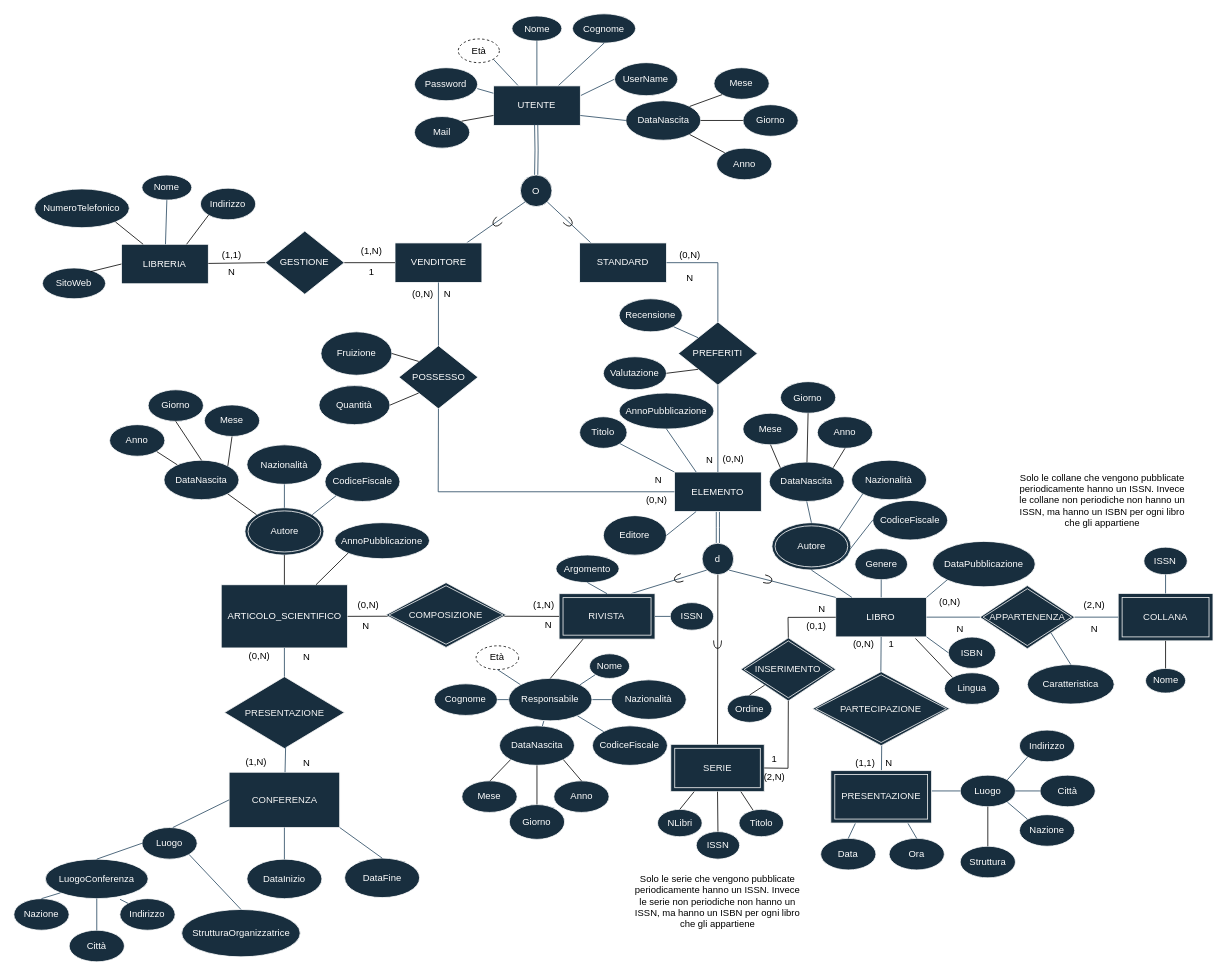
This is DiagrammaER v1.3.1.drawio from Giovk/Sistema-di-una-Bibleoteca-Digitale, a draw.io file, before an edit. Source tidied: cells renumbered, new cells numbered last; positions are measured from the earlier drawing's top-left corner, leaving out a move shared by most shapes. Both pictures are drawn from the tidied source at 79%, with x=0, y=0 at pixel (13, 13).
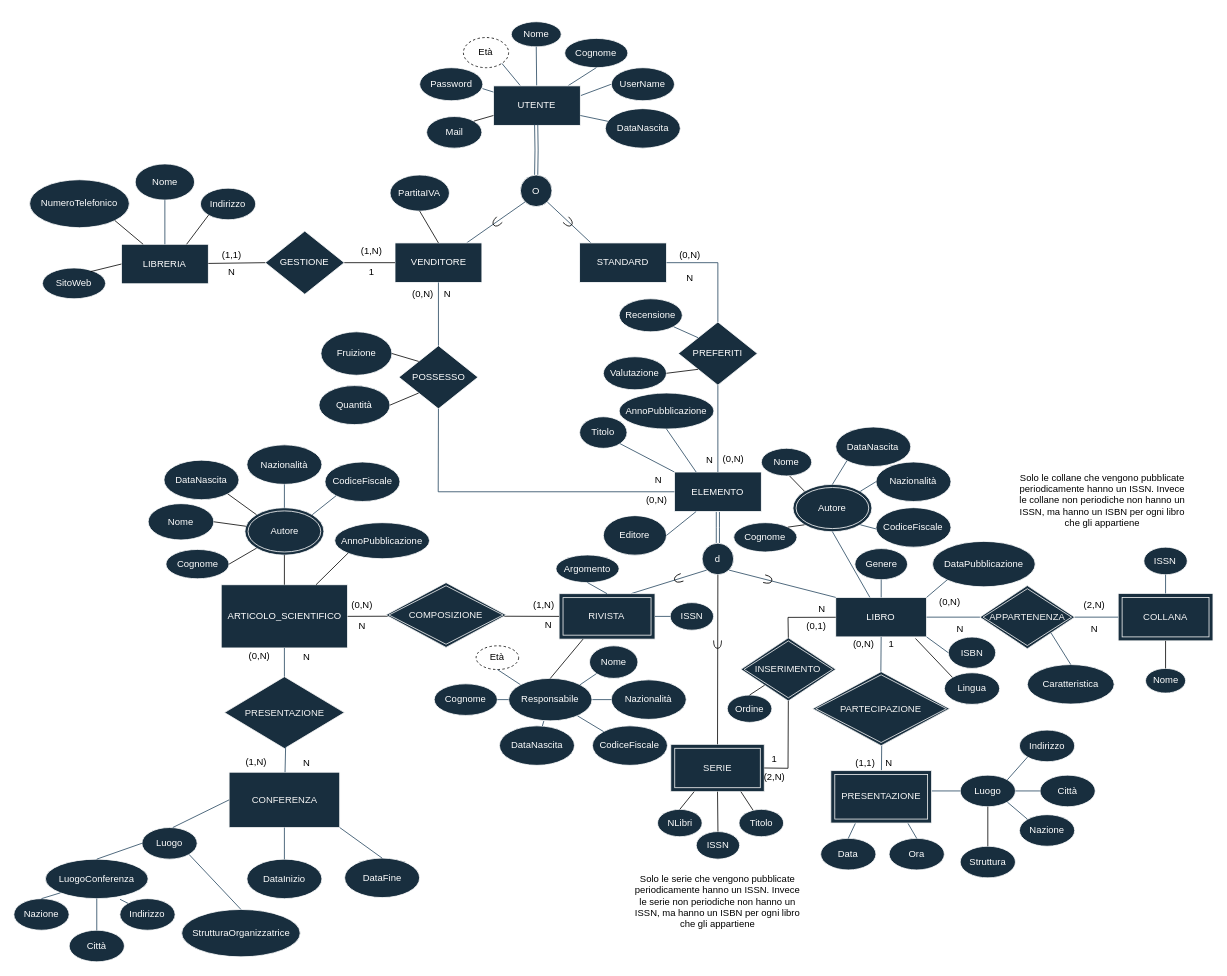
The same diagram, later.

Unchanged cells that the change refers to:
```xml
<mxCell id="65" value="DataNascita" style="ellipse;whiteSpace=wrap;html=1;fillColor=#182E3E;strokeColor=#FFFFFF;fontColor=#FFFFFF;" parent="1" vertex="1">
  <mxGeometry x="614.7" y="901.3" width="95" height="50" as="geometry" />
</mxCell>
<mxCell id="94" value="UTENTE" style="rounded=0;whiteSpace=wrap;html=1;fillColor=#182E3E;strokeColor=#FFFFFF;fontColor=#FFFFFF;" parent="1" vertex="1">
  <mxGeometry x="607.1" y="91.2" width="110" height="50" as="geometry" />
</mxCell>
<mxCell id="113" value="VENDITORE" style="rounded=0;whiteSpace=wrap;html=1;fillColor=#182E3E;strokeColor=#FFFFFF;fontColor=#FFFFFF;" parent="1" vertex="1">
  <mxGeometry x="482.5" y="290" width="110" height="50" as="geometry" />
</mxCell>
<mxCell id="176" value="Autore" style="ellipse;shape=doubleEllipse;whiteSpace=wrap;html=1;fillColor=#182E3E;strokeColor=#FFFFFF;fontColor=#FFFFFF;" parent="1" vertex="1">
  <mxGeometry x="292.5" y="625.2" width="100" height="60" as="geometry" />
</mxCell>
<mxCell id="177" value="DataNascita" style="ellipse;whiteSpace=wrap;html=1;fillColor=#182E3E;strokeColor=#FFFFFF;fontColor=#FFFFFF;" parent="1" vertex="1">
  <mxGeometry x="190" y="565" width="95" height="50" as="geometry" />
</mxCell>
```

Diff of the diagram source:
```diff
@@
     <mxCell id="10" value="Autore" style="ellipse;shape=doubleEllipse;whiteSpace=wrap;html=1;fillColor=#182E3E;strokeColor=#FFFFFF;fontColor=#FFFFFF;" parent="1" vertex="1">
-      <mxGeometry x="959.6" y="644.1" width="100" height="60" as="geometry" />
+      <mxGeometry x="986.2" y="595.6" width="100" height="60" as="geometry" />
     </mxCell>
@@
     <mxCell id="12" value="Nome" style="ellipse;whiteSpace=wrap;html=1;fillColor=#182E3E;strokeColor=#FFFFFF;fontColor=#FFFFFF;" parent="1" vertex="1">
-      <mxGeometry x="630.5" y="2.7" width="63.2" height="31.8" as="geometry" />
+      <mxGeometry x="629.7" y="10" width="63.2" height="31.8" as="geometry" />
     </mxCell>
@@
     <mxCell id="14" value="Cognome" style="ellipse;whiteSpace=wrap;html=1;fillColor=#182E3E;strokeColor=#FFFFFF;fontColor=#FFFFFF;" parent="1" vertex="1">
-      <mxGeometry x="707.1" width="80" height="37.1" as="geometry" />
+      <mxGeometry x="697.3" y="31.1" width="80" height="37.1" as="geometry" />
     </mxCell>
@@
     <mxCell id="41" value="DataNascita" style="ellipse;whiteSpace=wrap;html=1;fillColor=#182E3E;strokeColor=#FFFFFF;fontColor=#FFFFFF;" parent="1" vertex="1">
-      <mxGeometry x="956.2" y="567.3" width="95" height="50" as="geometry" />
+      <mxGeometry x="1040.4" y="523" width="95" height="50" as="geometry" />
     </mxCell>
@@
     <mxCell id="43" value="CodiceFiscale" style="ellipse;whiteSpace=wrap;html=1;fillColor=#182E3E;strokeColor=#FFFFFF;fontColor=#FFFFFF;" parent="1" vertex="1">
-      <mxGeometry x="1087.1" y="616" width="95" height="50" as="geometry" />
+      <mxGeometry x="1091.3" y="625.1" width="95" height="50" as="geometry" />
     </mxCell>
-    <mxCell id="44" style="endArrow=none;html=1;rounded=0;entryX=0;entryY=0.5;entryDx=0;entryDy=0;exitX=1;exitY=1;exitDx=0;exitDy=0;labelBackgroundColor=#FCE7CD;strokeColor=#23445D;" parent="1" edge="1" source="10" target="43">
+    <mxCell id="44" style="endArrow=none;html=1;rounded=0;labelBackgroundColor=#FCE7CD;strokeColor=#23445D;entryX=0.01;entryY=0.543;entryDx=0;entryDy=0;entryPerimeter=0;exitX=1;exitY=1;exitDx=0;exitDy=0;" parent="1" edge="1" source="10" target="43">
       <mxGeometry relative="1" as="geometry" />
     </mxCell>
@@
     <mxCell id="46" value="Nazionalità" style="ellipse;whiteSpace=wrap;html=1;strokeColor=#FFFFFF;fontColor=#FFFFFF;fillColor=#182E3E;" parent="1" vertex="1">
-      <mxGeometry x="1060.4" y="565" width="95" height="50" as="geometry" />
+      <mxGeometry x="1091.3" y="567.3" width="95" height="50" as="geometry" />
     </mxCell>
-    <mxCell id="47" style="endArrow=none;html=1;rounded=0;strokeColor=#23445D;entryX=0;entryY=1;entryDx=0;entryDy=0;exitX=1;exitY=0;exitDx=0;exitDy=0;" parent="1" edge="1" source="10" target="46">
+    <mxCell id="47" style="endArrow=none;html=1;rounded=0;strokeColor=#23445D;entryX=0;entryY=0.5;entryDx=0;entryDy=0;exitX=1;exitY=0;exitDx=0;exitDy=0;" parent="1" edge="1" source="10" target="46">
       <mxGeometry relative="1" as="geometry" />
     </mxCell>
     <mxCell id="48" value="&lt;font color=&quot;#000000&quot;&gt;Età&lt;/font&gt;" style="ellipse;whiteSpace=wrap;html=1;align=center;dashed=1;strokeColor=#000000;fontColor=#FFFFFF;fillColor=none;" parent="1" vertex="1">
-      <mxGeometry x="562.6" y="31.8" width="52" height="30" as="geometry" />
+      <mxGeometry x="569.1" y="30" width="57.2" height="38.2" as="geometry" />
     </mxCell>
@@
     <mxCell id="63" value="Nome" style="ellipse;whiteSpace=wrap;html=1;fillColor=#182E3E;strokeColor=#FFFFFF;fontColor=#FFFFFF;" parent="1" vertex="1">
-      <mxGeometry x="728.7" y="810.1" width="50.8" height="31.2" as="geometry" />
+      <mxGeometry x="728.7" y="800" width="61.3" height="41.2" as="geometry" />
     </mxCell>
@@
     <mxCell id="95" value="UserName" style="ellipse;whiteSpace=wrap;html=1;fillColor=#182E3E;strokeColor=#FFFFFF;fontColor=#FFFFFF;" parent="1" vertex="1">
-      <mxGeometry x="760.4" y="61.8" width="80" height="41.8" as="geometry" />
+      <mxGeometry x="756.3" y="68.2" width="80" height="41.8" as="geometry" />
     </mxCell>
     <mxCell id="96" value="Password" style="ellipse;whiteSpace=wrap;html=1;fillColor=#182E3E;strokeColor=#FFFFFF;fontColor=#FFFFFF;" parent="1" vertex="1">
-      <mxGeometry x="507.1" y="68.2" width="80" height="41.8" as="geometry" />
+      <mxGeometry x="513.7" y="68.2" width="80" height="41.8" as="geometry" />
     </mxCell>
-    <mxCell id="97" style="endArrow=none;html=1;rounded=0;strokeColor=#23445D;fontColor=#000000;entryX=0.5;entryY=1;entryDx=0;entryDy=0;exitX=0.5;exitY=0;exitDx=0;exitDy=0;" parent="1" edge="1" source="10" target="41">
+    <mxCell id="97" style="endArrow=none;html=1;rounded=0;strokeColor=#23445D;fontColor=#000000;entryX=0;entryY=1;entryDx=0;entryDy=0;exitX=0.5;exitY=0;exitDx=0;exitDy=0;" parent="1" edge="1" source="10" target="41">
       <mxGeometry relative="1" as="geometry" />
     </mxCell>
@@
     <mxCell id="99" value="DataNascita" style="ellipse;whiteSpace=wrap;html=1;fillColor=#182E3E;strokeColor=#FFFFFF;fontColor=#FFFFFF;" parent="1" vertex="1">
-      <mxGeometry x="774.6" y="110" width="95" height="50" as="geometry" />
+      <mxGeometry x="748.7" y="120" width="95" height="50" as="geometry" />
     </mxCell>
-    <mxCell id="100" style="endArrow=none;html=1;rounded=0;strokeColor=#23445D;fontColor=#000000;entryX=0;entryY=0.5;entryDx=0;entryDy=0;exitX=1;exitY=0.75;exitDx=0;exitDy=0;" parent="1" edge="1" source="94" target="99">
+    <mxCell id="100" style="endArrow=none;html=1;rounded=0;strokeColor=#23445D;fontColor=#000000;exitX=1;exitY=0.75;exitDx=0;exitDy=0;" parent="1" edge="1" source="94" target="99">
       <mxGeometry relative="1" as="geometry" />
     </mxCell>
@@
     <mxCell id="135" value="Nome" style="ellipse;whiteSpace=wrap;html=1;fillColor=#182E3E;strokeColor=#FFFFFF;fontColor=#FFFFFF;" parent="1" vertex="1">
-      <mxGeometry x="162.1" y="204" width="63.2" height="31.8" as="geometry" />
+      <mxGeometry x="153.6" y="190" width="75.2" height="45.8" as="geometry" />
     </mxCell>
@@
     <mxCell id="139" value="NumeroTelefonico" style="ellipse;whiteSpace=wrap;html=1;fillColor=#182E3E;strokeColor=#FFFFFF;fontColor=#FFFFFF;" parent="1" vertex="1">
-      <mxGeometry x="26.2" y="221.7" width="120" height="49" as="geometry" />
+      <mxGeometry x="20" y="210" width="126.2" height="60.7" as="geometry" />
     </mxCell>
@@
     <mxCell id="141" value="Mail" style="ellipse;whiteSpace=wrap;html=1;fillColor=#182E3E;strokeColor=#FFFFFF;fontColor=#FFFFFF;" parent="1" vertex="1">
-      <mxGeometry x="507.1" y="130" width="70" height="40" as="geometry" />
+      <mxGeometry x="522.5" y="130" width="70" height="40" as="geometry" />
     </mxCell>
@@
-    <mxCell id="156" value="Mese" style="ellipse;whiteSpace=wrap;html=1;fillColor=#182E3E;strokeColor=#FFFFFF;fontColor=#FFFFFF;" parent="1" vertex="1">
-      <mxGeometry x="886.2" y="68.2" width="70" height="40" as="geometry" />
-    </mxCell>
-    <mxCell id="157" value="Giorno" style="ellipse;whiteSpace=wrap;html=1;fillColor=#182E3E;strokeColor=#FFFFFF;fontColor=#FFFFFF;" parent="1" vertex="1">
-      <mxGeometry x="922.9" y="115" width="70" height="40" as="geometry" />
-    </mxCell>
-    <mxCell id="158" value="Anno" style="ellipse;whiteSpace=wrap;html=1;fillColor=#182E3E;strokeColor=#FFFFFF;fontColor=#FFFFFF;" parent="1" vertex="1">
-      <mxGeometry x="889.6" y="170" width="70" height="40" as="geometry" />
-    </mxCell>
-    <mxCell id="159" style="endArrow=none;html=1;rounded=0;entryX=0;entryY=1;entryDx=0;entryDy=0;exitX=1;exitY=0;exitDx=0;exitDy=0;" parent="1" edge="1" source="99" target="156">
-      <mxGeometry relative="1" as="geometry" />
-    </mxCell>
-    <mxCell id="160" style="endArrow=none;html=1;rounded=0;entryX=0;entryY=0.5;entryDx=0;entryDy=0;" parent="1" edge="1" source="99" target="157">
-      <mxGeometry relative="1" as="geometry" />
-    </mxCell>
-    <mxCell id="161" style="endArrow=none;html=1;rounded=0;entryX=0;entryY=0;entryDx=0;entryDy=0;exitX=1;exitY=1;exitDx=0;exitDy=0;" parent="1" edge="1" source="99" target="158">
-      <mxGeometry relative="1" as="geometry" />
-    </mxCell>
-    <mxCell id="162" value="Mese" style="ellipse;whiteSpace=wrap;html=1;fillColor=#182E3E;strokeColor=#FFFFFF;fontColor=#FFFFFF;" parent="1" vertex="1">
-      <mxGeometry x="922.9" y="505.6" width="70" height="40" as="geometry" />
-    </mxCell>
-    <mxCell id="163" value="Giorno" style="ellipse;whiteSpace=wrap;html=1;fillColor=#182E3E;strokeColor=#FFFFFF;fontColor=#FFFFFF;" parent="1" vertex="1">
-      <mxGeometry x="970.4" y="465.6" width="70" height="40" as="geometry" />
-    </mxCell>
-    <mxCell id="164" value="Anno" style="ellipse;whiteSpace=wrap;html=1;fillColor=#182E3E;strokeColor=#FFFFFF;fontColor=#FFFFFF;" parent="1" vertex="1">
-      <mxGeometry x="1017.1" y="510" width="70" height="40" as="geometry" />
-    </mxCell>
-    <mxCell id="165" style="endArrow=none;html=1;rounded=0;entryX=0.5;entryY=1;entryDx=0;entryDy=0;exitX=0;exitY=0;exitDx=0;exitDy=0;" parent="1" edge="1" source="41" target="162">
-      <mxGeometry relative="1" as="geometry" />
-    </mxCell>
-    <mxCell id="166" style="endArrow=none;html=1;rounded=0;entryX=0.5;entryY=1;entryDx=0;entryDy=0;" parent="1" edge="1" source="41" target="163">
-      <mxGeometry relative="1" as="geometry" />
-    </mxCell>
-    <mxCell id="167" style="endArrow=none;html=1;rounded=0;entryX=0.5;entryY=1;entryDx=0;entryDy=0;exitX=1;exitY=0;exitDx=0;exitDy=0;" parent="1" edge="1" source="41" target="164">
-      <mxGeometry relative="1" as="geometry" />
-    </mxCell>
-    <mxCell id="168" value="Mese" style="ellipse;whiteSpace=wrap;html=1;fillColor=#182E3E;strokeColor=#FFFFFF;fontColor=#FFFFFF;" parent="1" vertex="1">
-      <mxGeometry x="567.1" y="970.9" width="70" height="40" as="geometry" />
-    </mxCell>
-    <mxCell id="169" value="Giorno" style="ellipse;whiteSpace=wrap;html=1;fillColor=#182E3E;strokeColor=#FFFFFF;fontColor=#FFFFFF;" parent="1" vertex="1">
-      <mxGeometry x="627.2" y="1000.9" width="70" height="44.1" as="geometry" />
-    </mxCell>
-    <mxCell id="170" value="Anno" style="ellipse;whiteSpace=wrap;html=1;fillColor=#182E3E;strokeColor=#FFFFFF;fontColor=#FFFFFF;" parent="1" vertex="1">
-      <mxGeometry x="683.5" y="970.9" width="70" height="40" as="geometry" />
-    </mxCell>
-    <mxCell id="171" style="endArrow=none;html=1;rounded=0;exitX=0.5;exitY=0;exitDx=0;exitDy=0;entryX=0;entryY=1;entryDx=0;entryDy=0;" parent="1" edge="1" target="65">
-      <mxGeometry relative="1" as="geometry">
-        <mxPoint x="602.9" y="970.9" as="sourcePoint" />
-      </mxGeometry>
-    </mxCell>
-    <mxCell id="172" style="endArrow=none;html=1;rounded=0;exitX=0.5;exitY=0;exitDx=0;exitDy=0;entryX=0.5;entryY=1;entryDx=0;entryDy=0;" parent="1" edge="1" source="169" target="65">
-      <mxGeometry relative="1" as="geometry" />
-    </mxCell>
-    <mxCell id="173" style="endArrow=none;html=1;rounded=0;exitX=0.5;exitY=0;exitDx=0;exitDy=0;entryX=1;entryY=1;entryDx=0;entryDy=0;" parent="1" edge="1" source="170" target="65">
-      <mxGeometry relative="1" as="geometry" />
-    </mxCell>
@@
-    <mxCell id="182" value="Mese" style="ellipse;whiteSpace=wrap;html=1;fillColor=#182E3E;strokeColor=#FFFFFF;fontColor=#FFFFFF;" parent="1" vertex="1">
-      <mxGeometry x="241.2" y="495" width="70" height="40" as="geometry" />
-    </mxCell>
-    <mxCell id="183" value="Giorno" style="ellipse;whiteSpace=wrap;html=1;fillColor=#182E3E;strokeColor=#FFFFFF;fontColor=#FFFFFF;" parent="1" vertex="1">
-      <mxGeometry x="170" y="475.9" width="70" height="40" as="geometry" />
-    </mxCell>
-    <mxCell id="184" value="Anno" style="ellipse;whiteSpace=wrap;html=1;fillColor=#182E3E;strokeColor=#FFFFFF;fontColor=#FFFFFF;" parent="1" vertex="1">
-      <mxGeometry x="121.2" y="520" width="70" height="40" as="geometry" />
-    </mxCell>
-    <mxCell id="185" style="endArrow=none;html=1;rounded=0;entryX=0.5;entryY=1;entryDx=0;entryDy=0;exitX=1;exitY=0;exitDx=0;exitDy=0;" parent="1" edge="1" source="177" target="182">
-      <mxGeometry relative="1" as="geometry" />
-    </mxCell>
-    <mxCell id="186" style="endArrow=none;html=1;rounded=0;entryX=1;entryY=1;entryDx=0;entryDy=0;" parent="1" edge="1" source="177" target="184">
-      <mxGeometry relative="1" as="geometry" />
-    </mxCell>
@@
-    <mxCell id="188" style="endArrow=none;html=1;rounded=0;exitX=0.5;exitY=0;exitDx=0;exitDy=0;entryX=0.5;entryY=1;entryDx=0;entryDy=0;" parent="1" edge="1" source="177" target="183">
-      <mxGeometry relative="1" as="geometry" />
-    </mxCell>
@@
     <mxCell id="197" value="(0,N)" style="text;html=1;strokeColor=none;fillColor=none;align=center;verticalAlign=middle;whiteSpace=wrap;rounded=0;fontColor=#000000;" parent="1" vertex="1">
-      <mxGeometry x="418.7" y="732.7" width="60" height="30" as="geometry" />
+      <mxGeometry x="410.7" y="732.7" width="60" height="30" as="geometry" />
     </mxCell>
     <mxCell id="198" value="N" style="text;html=1;strokeColor=none;fillColor=none;align=center;verticalAlign=middle;whiteSpace=wrap;rounded=0;fontColor=#000000;" parent="1" vertex="1">
-      <mxGeometry x="416.2" y="759.8" width="60" height="30" as="geometry" />
+      <mxGeometry x="411.2" y="759.8" width="60" height="30" as="geometry" />
     </mxCell>
@@
+    <mxCell id="234" value="Nome" style="ellipse;whiteSpace=wrap;html=1;fillColor=#182E3E;strokeColor=#FFFFFF;fontColor=#FFFFFF;" parent="1" vertex="1">
+      <mxGeometry x="170" y="620" width="83.2" height="46" as="geometry" />
+    </mxCell>
+    <mxCell id="235" value="Cognome" style="ellipse;whiteSpace=wrap;html=1;fillColor=#182E3E;strokeColor=#FFFFFF;fontColor=#FFFFFF;" parent="1" vertex="1">
+      <mxGeometry x="192.5" y="678" width="80" height="37.1" as="geometry" />
+    </mxCell>
+    <mxCell id="236" style="endArrow=none;html=1;rounded=0;exitX=1;exitY=0.5;exitDx=0;exitDy=0;" parent="1" edge="1" source="234" target="176">
+      <mxGeometry relative="1" as="geometry" />
+    </mxCell>
+    <mxCell id="237" style="endArrow=none;html=1;rounded=0;exitX=1;exitY=0.5;exitDx=0;exitDy=0;entryX=0;entryY=1;entryDx=0;entryDy=0;" parent="1" edge="1" source="235" target="176">
+      <mxGeometry relative="1" as="geometry" />
+    </mxCell>
+    <mxCell id="238" value="Nome" style="ellipse;whiteSpace=wrap;html=1;fillColor=#182E3E;strokeColor=#FFFFFF;fontColor=#FFFFFF;" parent="1" vertex="1">
+      <mxGeometry x="946.2" y="550" width="63.8" height="35" as="geometry" />
+    </mxCell>
+    <mxCell id="239" value="Cognome" style="ellipse;whiteSpace=wrap;html=1;fillColor=#182E3E;strokeColor=#FFFFFF;fontColor=#FFFFFF;" parent="1" vertex="1">
+      <mxGeometry x="911.3" y="644.1" width="80" height="37.1" as="geometry" />
+    </mxCell>
+    <mxCell id="240" style="endArrow=none;html=1;rounded=0;entryX=0;entryY=0;entryDx=0;entryDy=0;exitX=0.561;exitY=1;exitDx=0;exitDy=0;exitPerimeter=0;" parent="1" edge="1" source="238" target="10">
+      <mxGeometry relative="1" as="geometry" />
+    </mxCell>
+    <mxCell id="241" style="endArrow=none;html=1;rounded=0;entryX=0;entryY=1;entryDx=0;entryDy=0;exitX=1;exitY=0;exitDx=0;exitDy=0;" parent="1" edge="1" source="239" target="10">
+      <mxGeometry relative="1" as="geometry" />
+    </mxCell>
+    <mxCell id="242" value="PartitaIVA" style="ellipse;whiteSpace=wrap;html=1;fillColor=#182E3E;strokeColor=#FFFFFF;fontColor=#FFFFFF;" parent="1" vertex="1">
+      <mxGeometry x="476.2" y="204" width="75.2" height="45.8" as="geometry" />
+    </mxCell>
+    <mxCell id="243" style="endArrow=none;html=1;rounded=0;entryX=0.5;entryY=0;entryDx=0;entryDy=0;exitX=0.5;exitY=1;exitDx=0;exitDy=0;" parent="1" edge="1" source="242" target="113">
+      <mxGeometry relative="1" as="geometry" />
+    </mxCell>
```
